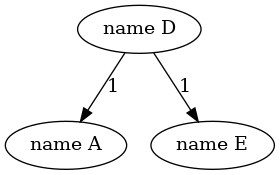
Earlier version of the Graphviz export newGraph.png (Bhandari423/ParallelTask2). Its source is kept beside it as newGraph.dot.
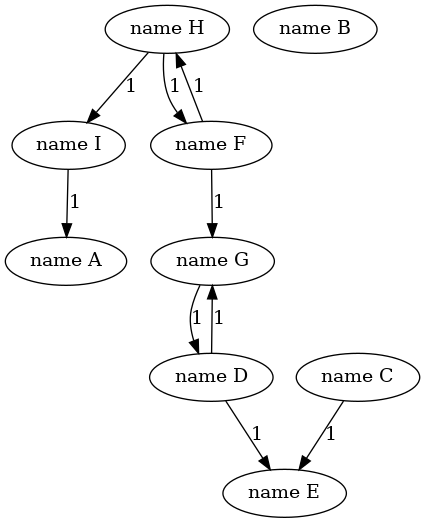
Later version of the same file.

Diff of the diagram source:
```diff
@@ -1,7 +1,20 @@
 digraph {
 1 [label="name A"];
+9 [label="name I"];
+8 [label="name H"];
+6 [label="name F"];
+7 [label="name G"];
 4 [label="name D"];
 5 [label="name E"];
-4 -> 1 [label="1"];
+3 [label="name C"];
+2 [label="name B"];
+9 -> 1 [label="1"];
+8 -> 9 [label="1"];
+8 -> 6 [label="1"];
+6 -> 8 [label="1"];
+6 -> 7 [label="1"];
+7 -> 4 [label="1"];
+4 -> 7 [label="1"];
 4 -> 5 [label="1"];
+3 -> 5 [label="1"];
 }
```
